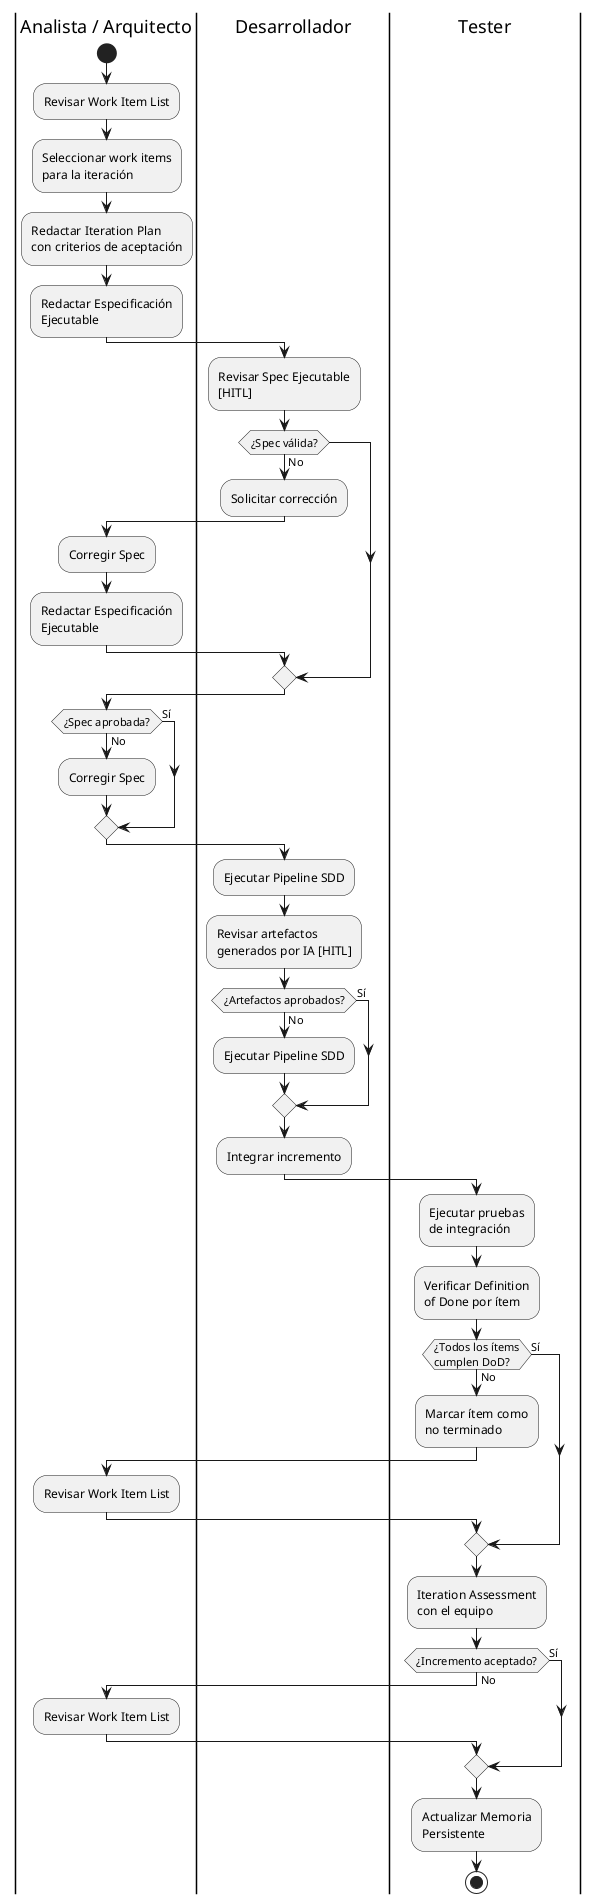
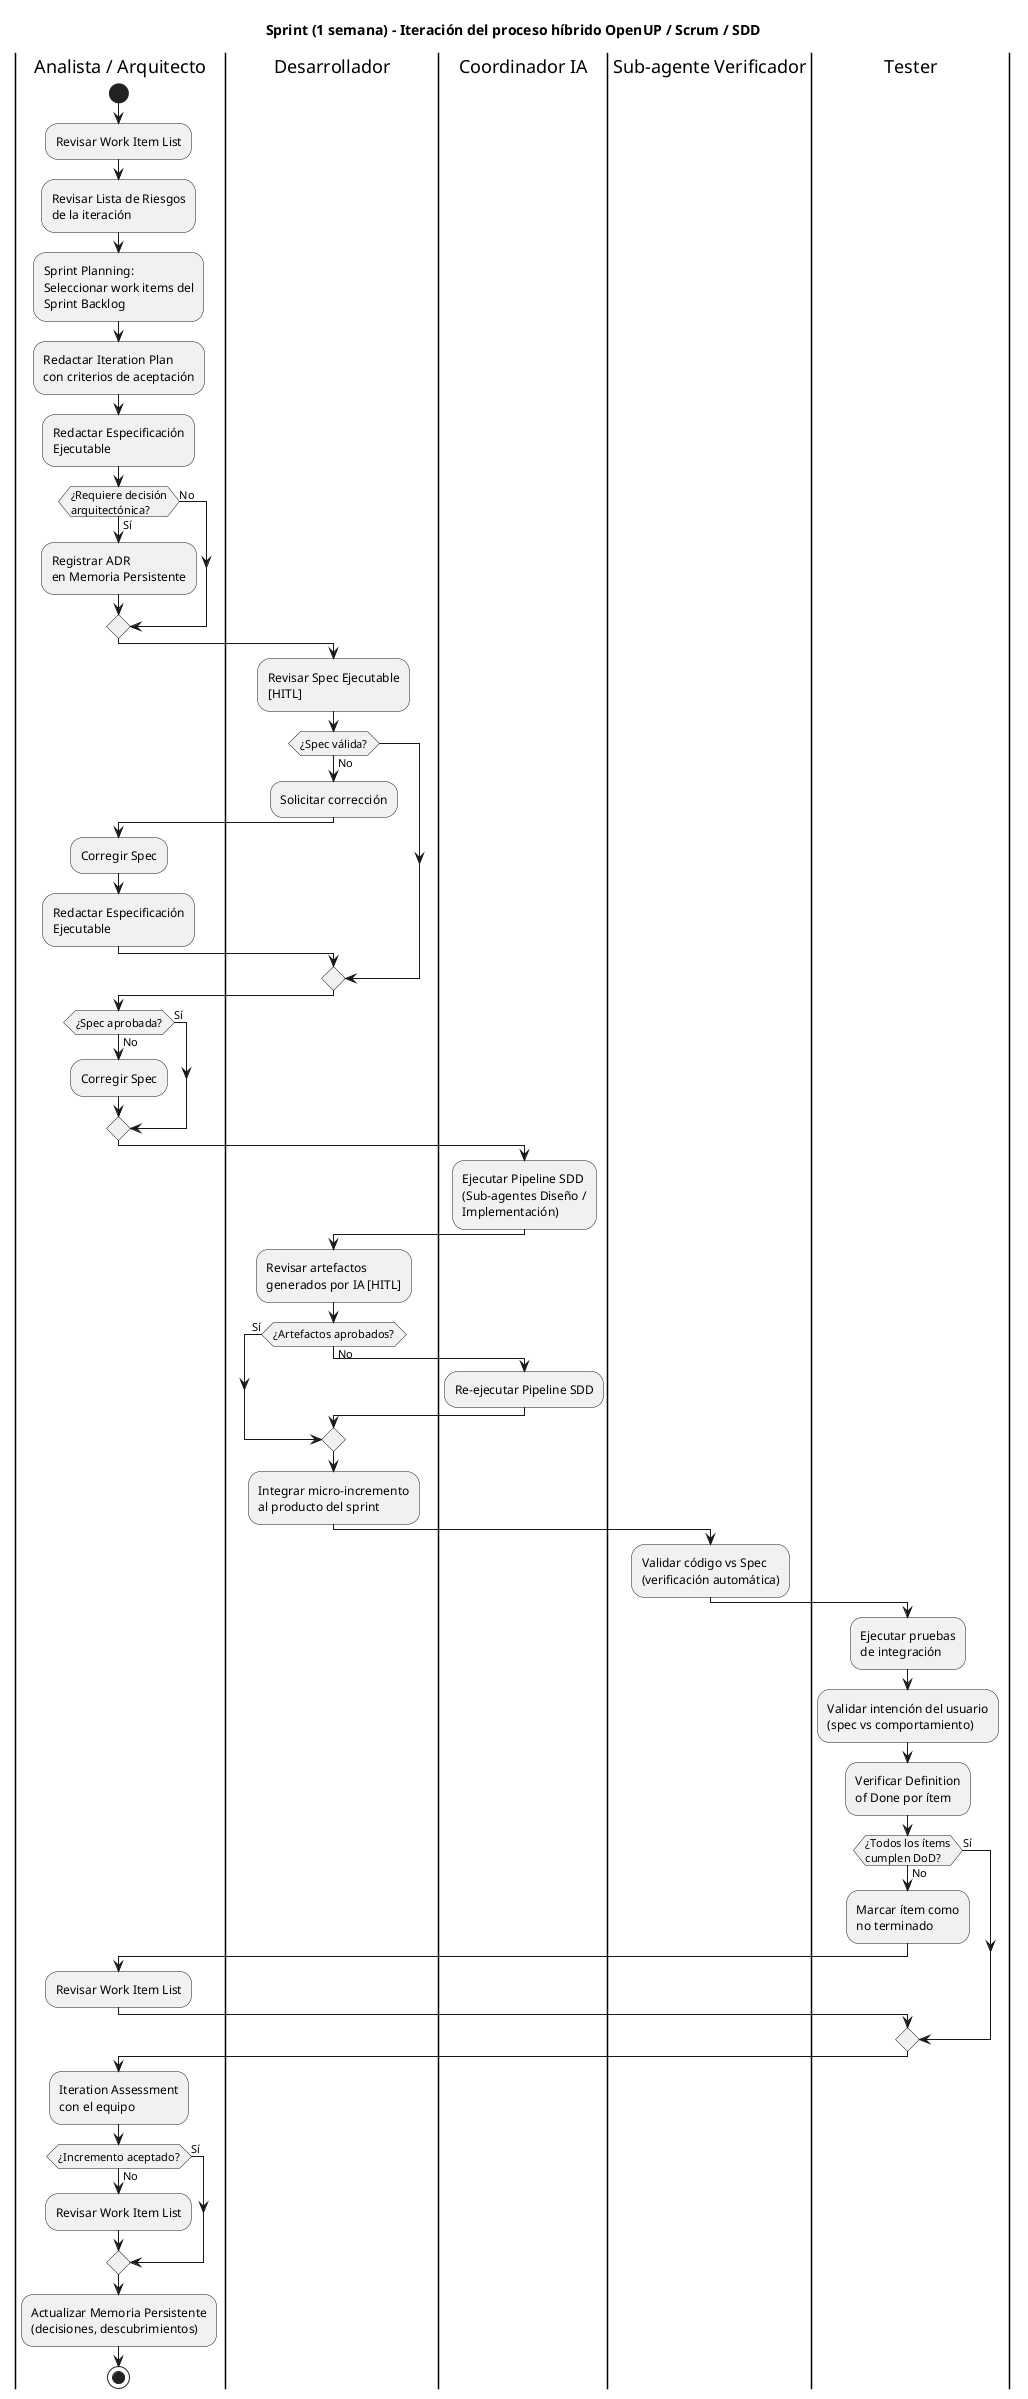
@startuml
+ title Sprint (1 semana) - Iteración del proceso híbrido OpenUP / Scrum / SDD
+ 
|Analista / Arquitecto|
start
:Revisar Work Item List;
- :Seleccionar work items\npara la iteración;
+ :Revisar Lista de Riesgos\nde la iteración;
+ :Sprint Planning:\nSeleccionar work items del\nSprint Backlog;
:Redactar Iteration Plan\ncon criterios de aceptación;
:Redactar Especificación\nEjecutable;
+ if (¿Requiere decisión\narquitectónica?) then (Sí)
+     :Registrar ADR\nen Memoria Persistente;
+ else (No)
+ endif

|Desarrollador|
:Revisar Spec Ejecutable\n[HITL];
if (¿Spec válida?) then (No)
    :Solicitar corrección;
    |Analista / Arquitecto|
    :Corregir Spec;
    :Redactar Especificación\nEjecutable;
    |Desarrollador|
endif

|Analista / Arquitecto|
if (¿Spec aprobada?) then (No)
    :Corregir Spec;
else (Sí)
endif

+ |Coordinador IA|
+ :Ejecutar Pipeline SDD\n(Sub-agentes Diseño /\nImplementación);
+ 
|Desarrollador|
- :Ejecutar Pipeline SDD;
:Revisar artefactos\ngenerados por IA [HITL];
if (¿Artefactos aprobados?) then (No)
-     :Ejecutar Pipeline SDD;
+     |Coordinador IA|
+     :Re-ejecutar Pipeline SDD;
+     |Desarrollador|
else (Sí)
endif
- :Integrar incremento;
+ :Integrar micro-incremento\nal producto del sprint;
+ 
+ |Sub-agente Verificador|
+ :Validar código vs Spec\n(verificación automática);

|Tester|
:Ejecutar pruebas\nde integración;
+ :Validar intención del usuario\n(spec vs comportamiento);
:Verificar Definition\nof Done por ítem;
if (¿Todos los ítems\ncumplen DoD?) then (No)
    :Marcar ítem como\nno terminado;
    |Analista / Arquitecto|
    :Revisar Work Item List;
    |Tester|
else (Sí)
endif
+ 
+ |Analista / Arquitecto|
:Iteration Assessment\ncon el equipo;
if (¿Incremento aceptado?) then (No)
-     |Analista / Arquitecto|
    :Revisar Work Item List;
-     |Tester|
else (Sí)
endif
- :Actualizar Memoria\nPersistente;
+ :Actualizar Memoria Persistente\n(decisiones, descubrimientos);
stop
@enduml
